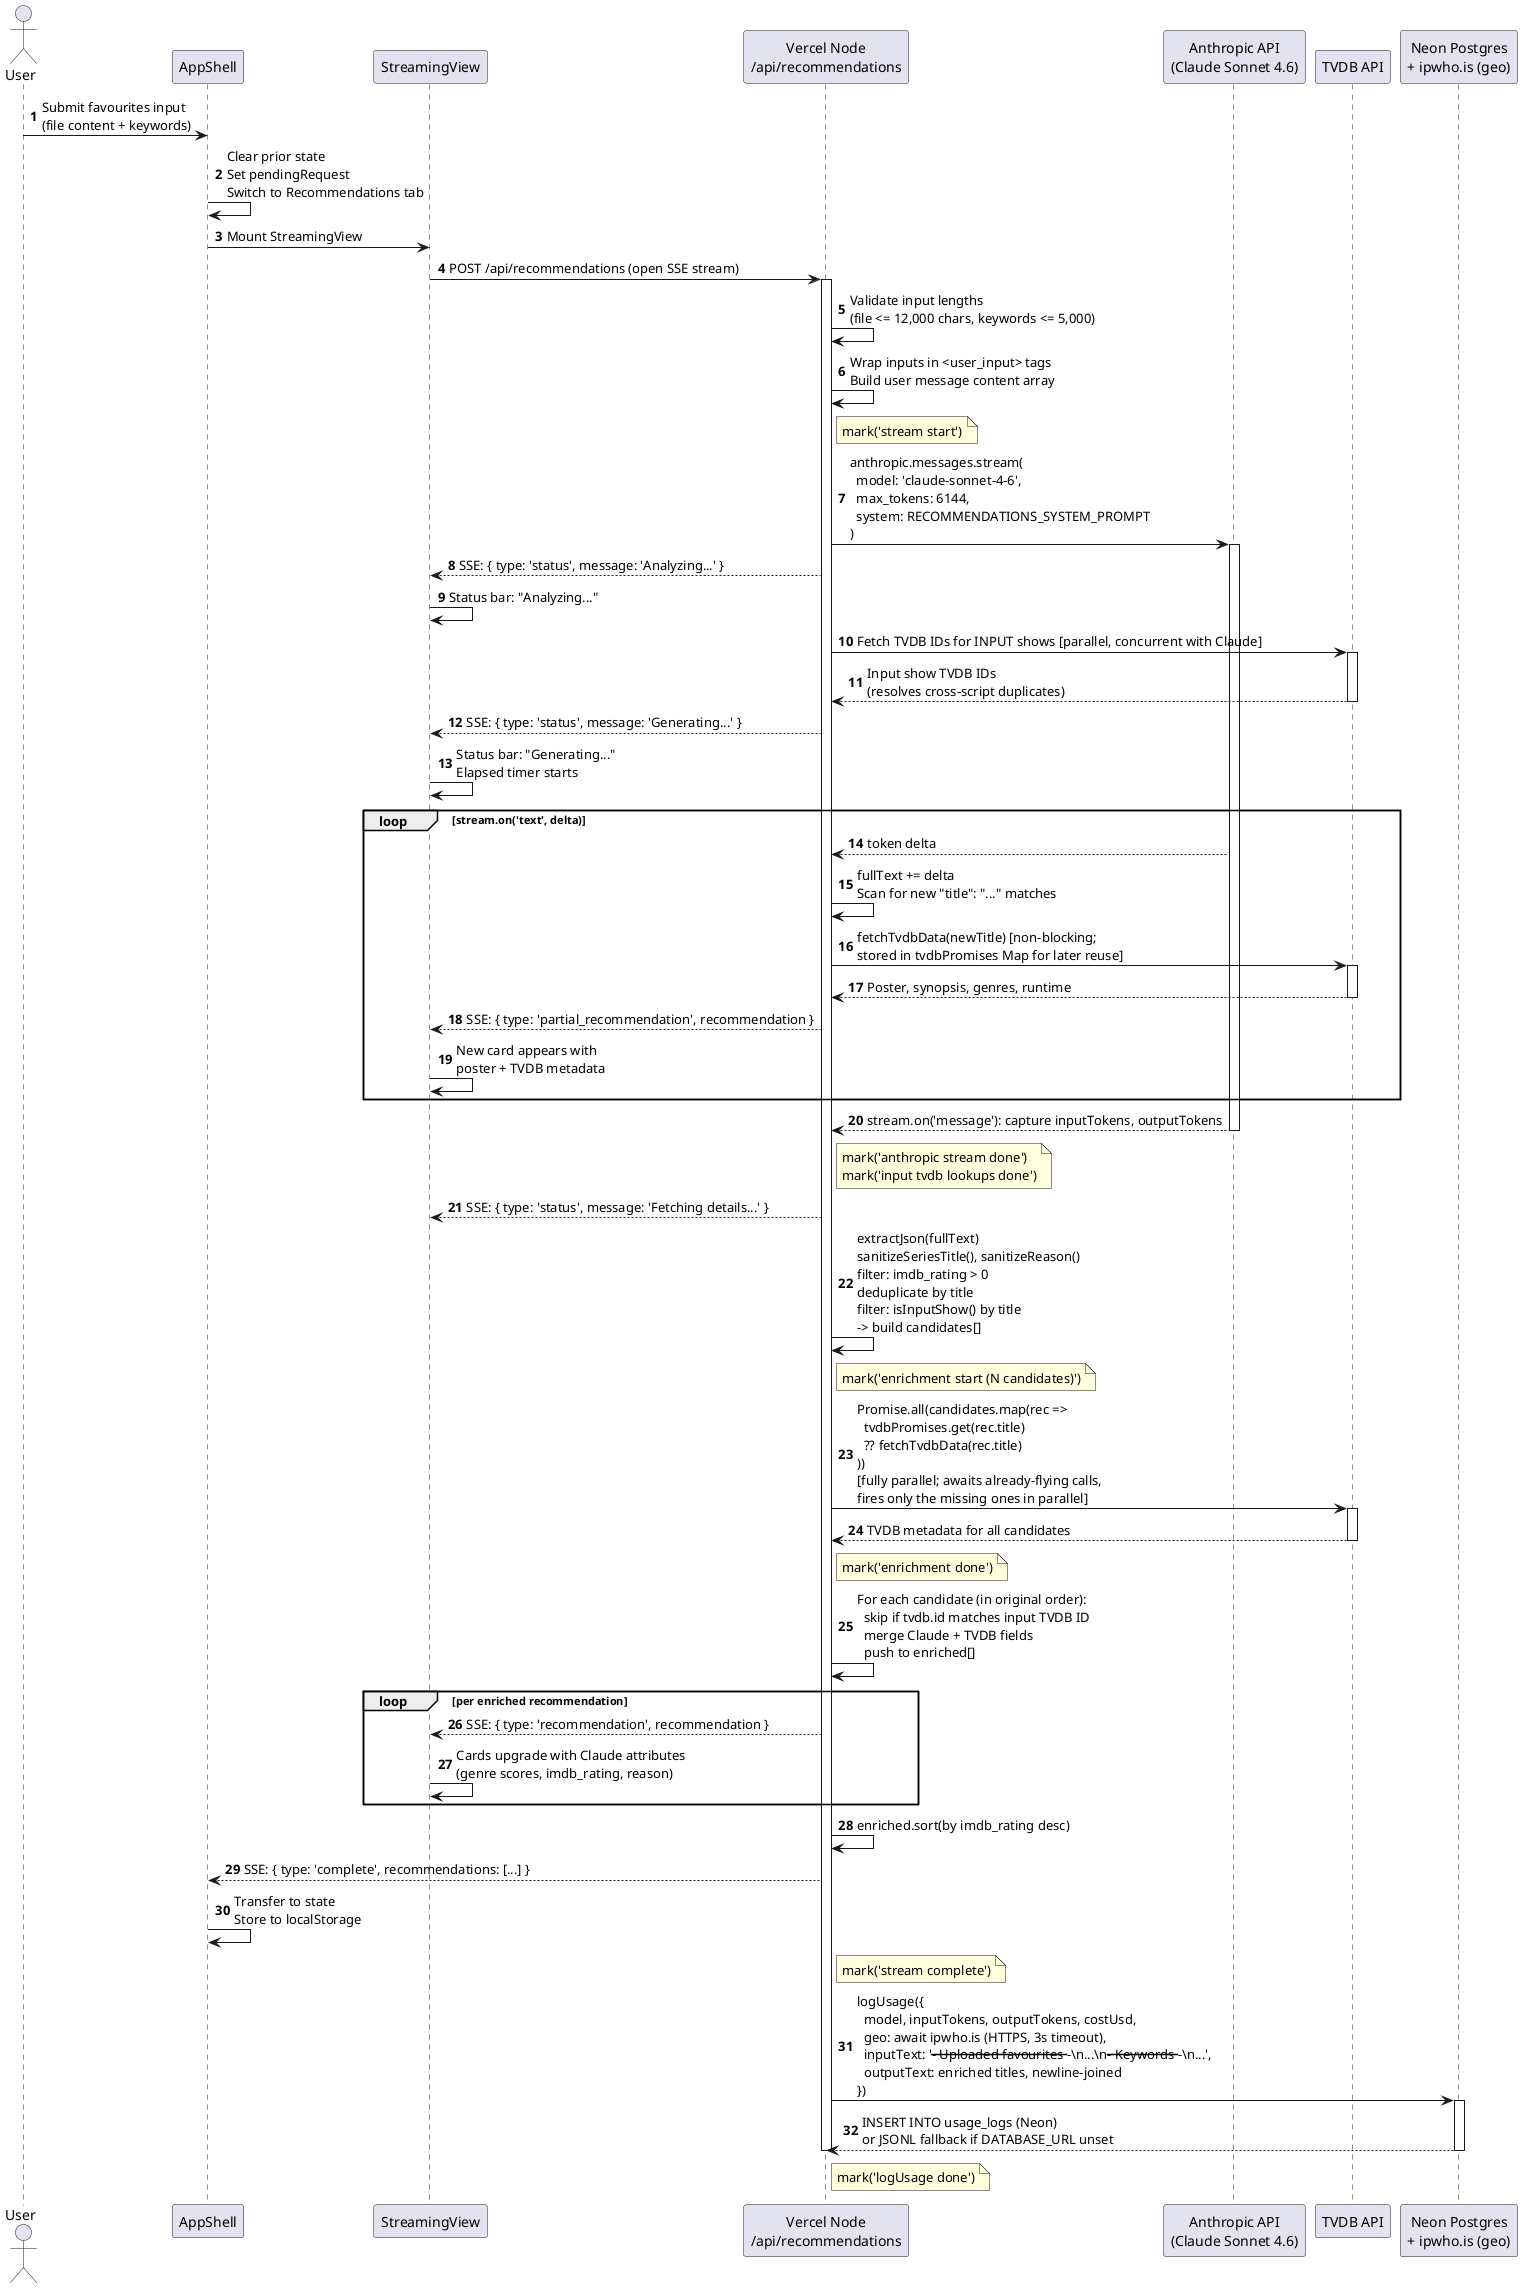
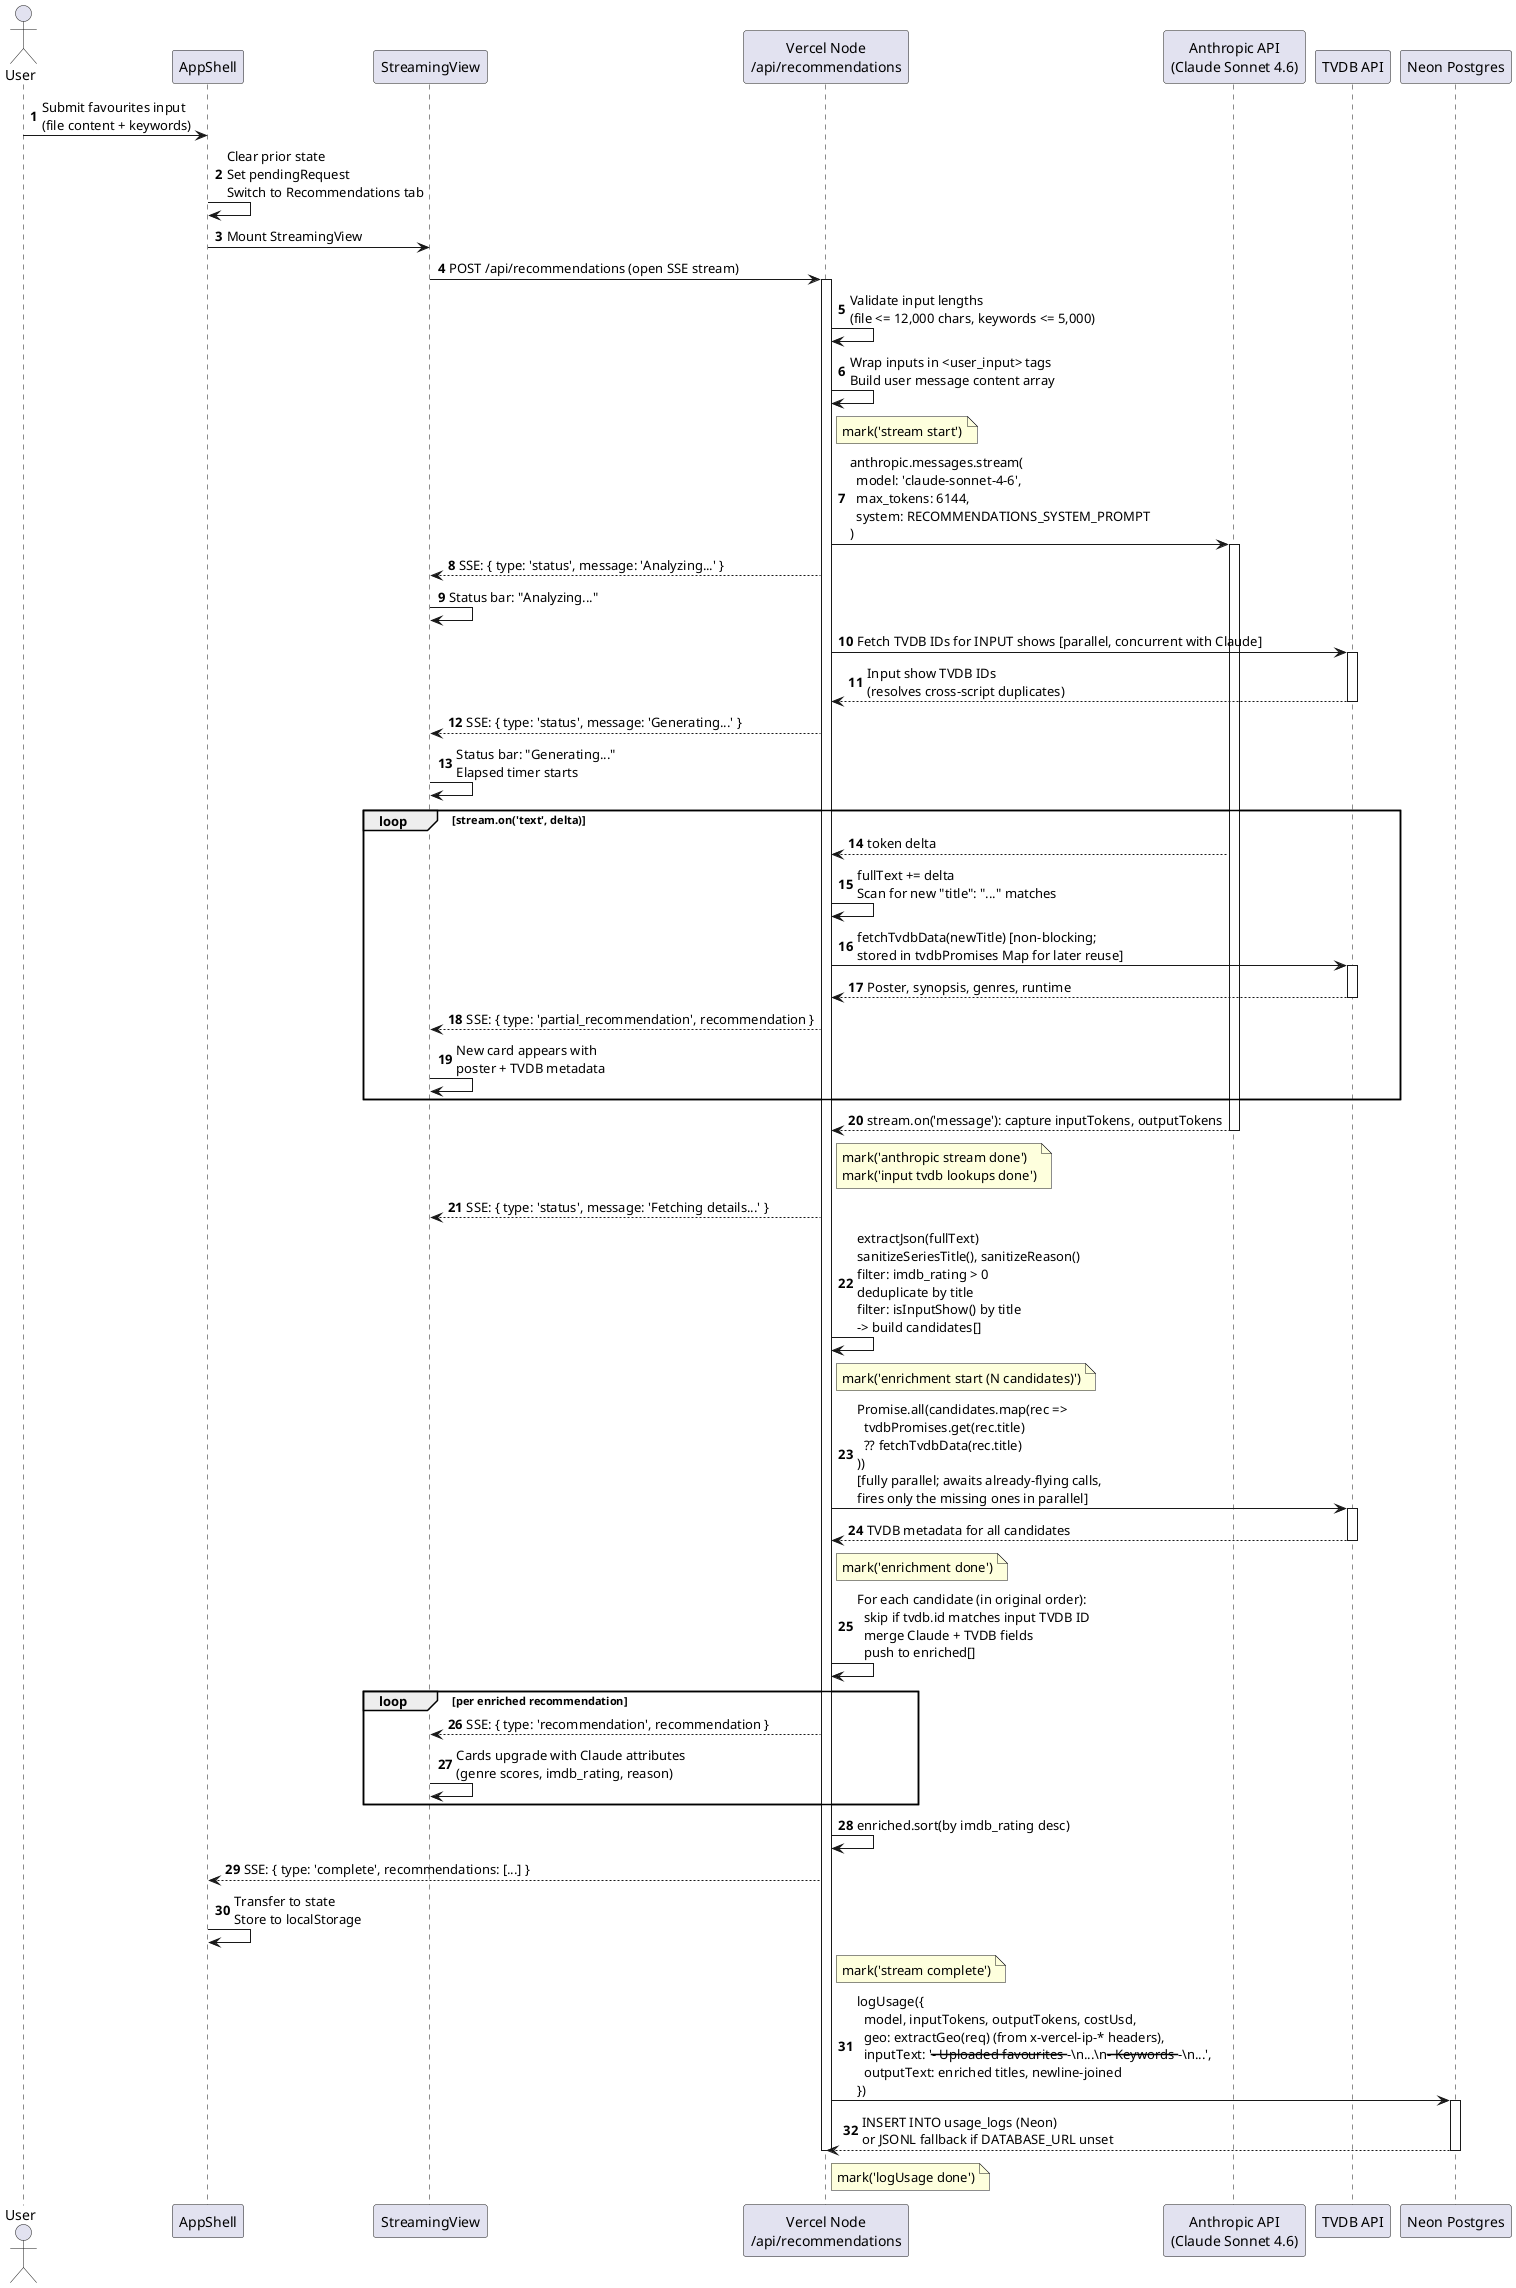
@startuml RecommendationPipeline

<style>
sequenceDiagram {
  ParticipantPadding 10
  MessageAlignment left
}
</style>

actor User
participant "AppShell" as AS
participant "StreamingView" as SV
participant "Vercel Node\n/api/recommendations" as API
participant "Anthropic API\n(Claude Sonnet 4.6)" as ANT
participant "TVDB API" as TVDB
- participant "Neon Postgres\n+ ipwho.is (geo)" as LOG
+ participant "Neon Postgres" as LOG

autonumber

User -> AS: Submit favourites input\n(file content + keywords)
AS -> AS: Clear prior state\nSet pendingRequest\nSwitch to Recommendations tab
AS -> SV: Mount StreamingView

SV -> API: POST /api/recommendations (open SSE stream)
activate API

API -> API: Validate input lengths\n(file <= 12,000 chars, keywords <= 5,000)
API -> API: Wrap inputs in <user_input> tags\nBuild user message content array
note right of API: mark('stream start')

API -> ANT: anthropic.messages.stream(\n  model: 'claude-sonnet-4-6',\n  max_tokens: 6144,\n  system: RECOMMENDATIONS_SYSTEM_PROMPT\n)
activate ANT

API --> SV: SSE: { type: 'status', message: 'Analyzing...' }
SV -> SV: Status bar: "Analyzing..."

API -> TVDB: Fetch TVDB IDs for INPUT shows [parallel, concurrent with Claude]
activate TVDB
TVDB --> API: Input show TVDB IDs\n(resolves cross-script duplicates)
deactivate TVDB

API --> SV: SSE: { type: 'status', message: 'Generating...' }
SV -> SV: Status bar: "Generating..."\nElapsed timer starts

loop stream.on('text', delta)
    ANT --> API: token delta
    API -> API: fullText += delta\nScan for new "title": "..." matches
    API -> TVDB: fetchTvdbData(newTitle) [non-blocking;\nstored in tvdbPromises Map for later reuse]
    activate TVDB
    TVDB --> API: Poster, synopsis, genres, runtime
    deactivate TVDB
    API --> SV: SSE: { type: 'partial_recommendation', recommendation }
    SV -> SV: New card appears with\nposter + TVDB metadata
end

ANT --> API: stream.on('message'): capture inputTokens, outputTokens
deactivate ANT
note right of API: mark('anthropic stream done')\nmark('input tvdb lookups done')

API --> SV: SSE: { type: 'status', message: 'Fetching details...' }

API -> API: extractJson(fullText)\nsanitizeSeriesTitle(), sanitizeReason()\nfilter: imdb_rating > 0\ndeduplicate by title\nfilter: isInputShow() by title\n-> build candidates[]
note right of API: mark('enrichment start (N candidates)')

API -> TVDB: Promise.all(candidates.map(rec =>\n  tvdbPromises.get(rec.title)\n  ?? fetchTvdbData(rec.title)\n))\n[fully parallel; awaits already-flying calls,\nfires only the missing ones in parallel]
activate TVDB
TVDB --> API: TVDB metadata for all candidates
deactivate TVDB
note right of API: mark('enrichment done')

API -> API: For each candidate (in original order):\n  skip if tvdb.id matches input TVDB ID\n  merge Claude + TVDB fields\n  push to enriched[]

loop per enriched recommendation
    API --> SV: SSE: { type: 'recommendation', recommendation }
    SV -> SV: Cards upgrade with Claude attributes\n(genre scores, imdb_rating, reason)
end

API -> API: enriched.sort(by imdb_rating desc)
API --> AS: SSE: { type: 'complete', recommendations: [...] }
AS -> AS: Transfer to state\nStore to localStorage
note right of API: mark('stream complete')

- API -> LOG: logUsage({\n  model, inputTokens, outputTokens, costUsd,\n  geo: await ipwho.is (HTTPS, 3s timeout),\n  inputText: '--- Uploaded favourites ---\\n...\\n--- Keywords ---\\n...',\n  outputText: enriched titles, newline-joined\n})
+ API -> LOG: logUsage({\n  model, inputTokens, outputTokens, costUsd,\n  geo: extractGeo(req) (from x-vercel-ip-* headers),\n  inputText: '--- Uploaded favourites ---\\n...\\n--- Keywords ---\\n...',\n  outputText: enriched titles, newline-joined\n})
activate LOG
LOG --> API: INSERT INTO usage_logs (Neon)\nor JSONL fallback if DATABASE_URL unset
deactivate LOG
note right of API: mark('logUsage done')

deactivate API

@enduml
